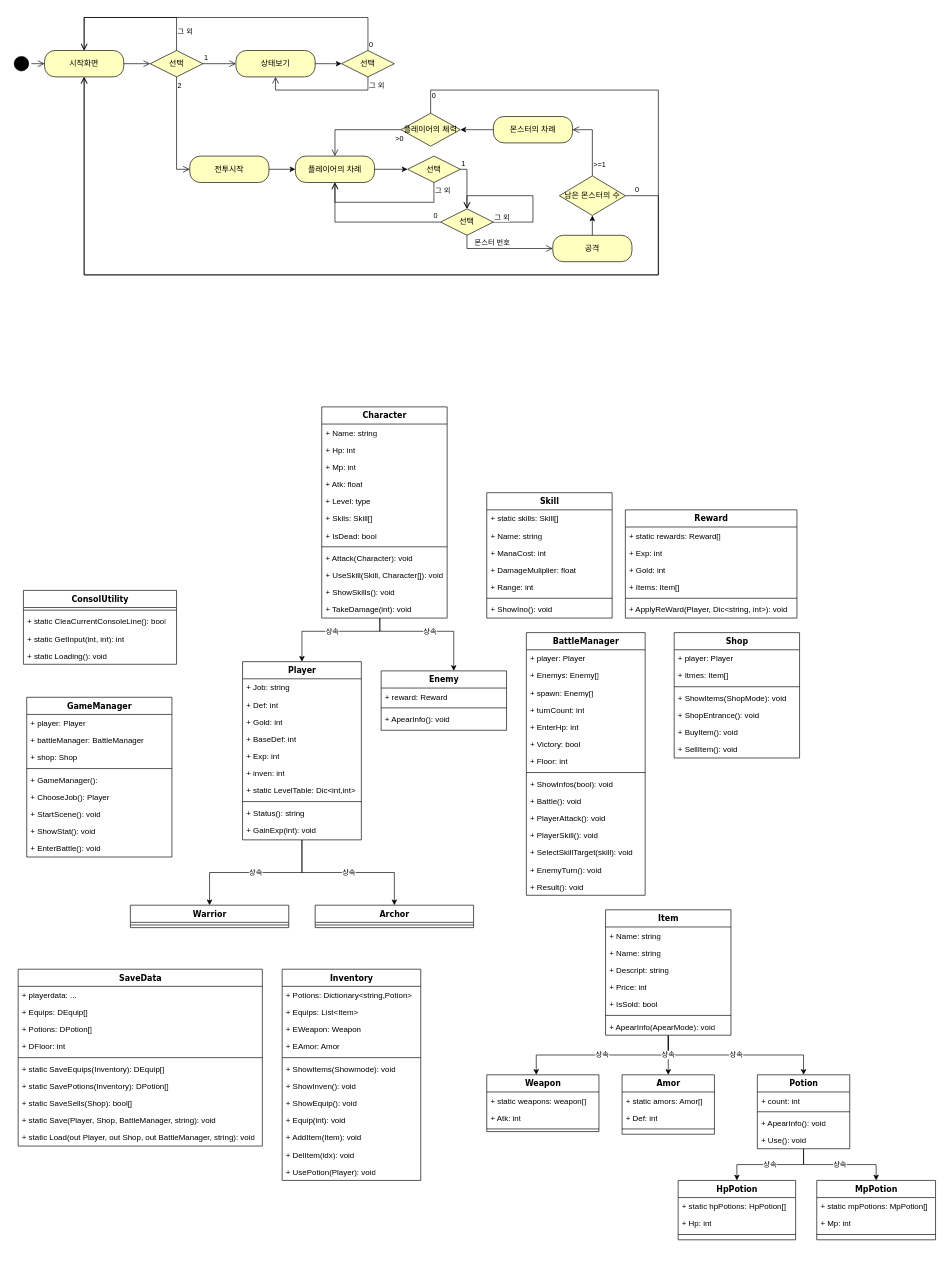
Before: Class.drawio in Kim-giseok/TxtRPG2, a draw.io diagram. Source tidied: cells renumbered, new cells numbered last; positions are measured from the earlier drawing's top-left corner, leaving out a move shared by most shapes. Both pictures are drawn from the tidied source at 66%, with x=0, y=0 at pixel (11, 17).
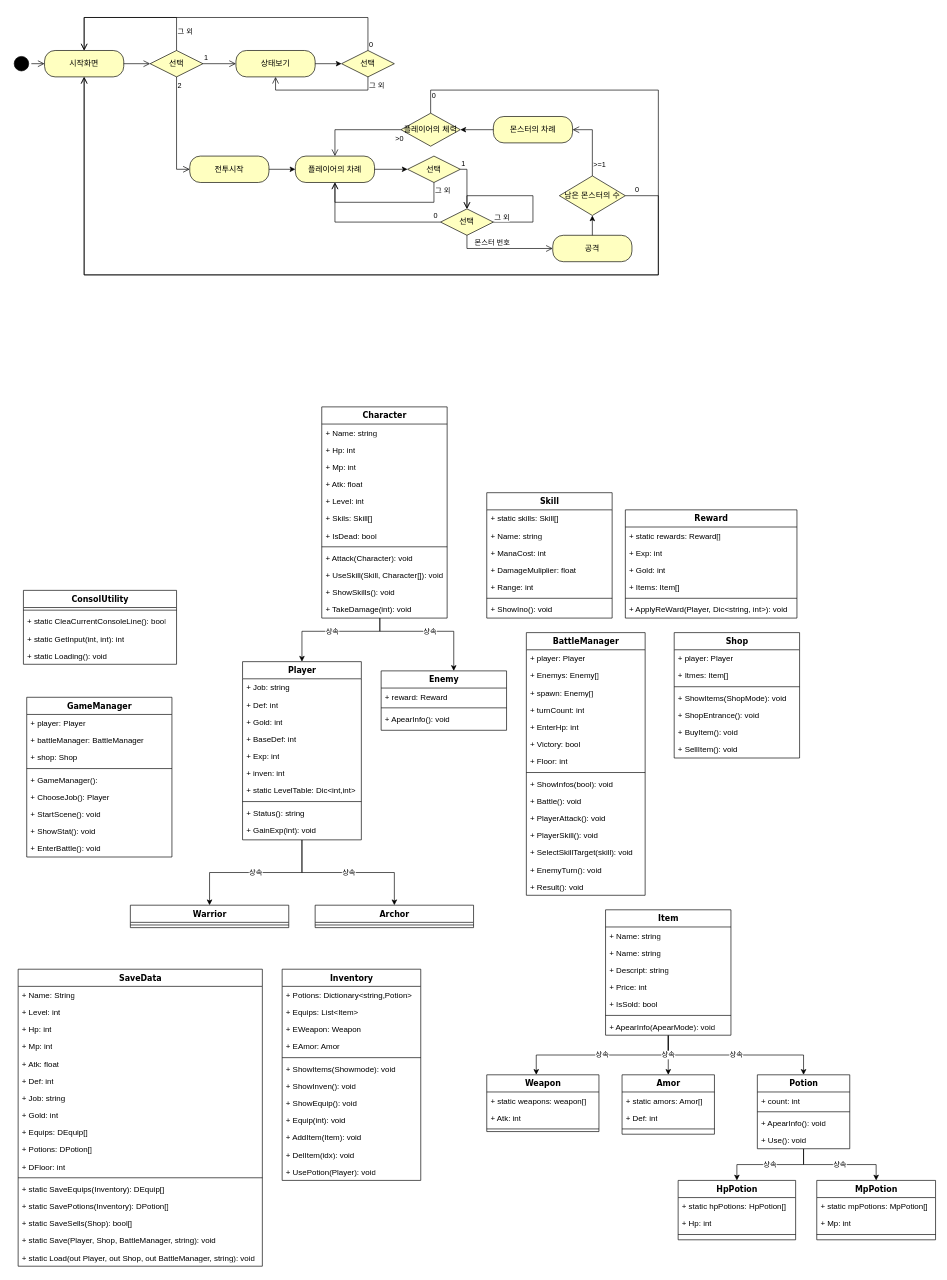
The same diagram, later.

The change refers to these unchanged cells:
```xml
<mxCell id="79" value="Character" style="swimlane;html=1;fontStyle=1;align=center;verticalAlign=top;horizontal=1;startSize=26;swimlaneFillColor=#ffffff;rounded=0;shadow=0;comic=0;labelBackgroundColor=none;strokeWidth=1;fillColor=none;fontFamily=Verdana;fontSize=12;" parent="1" vertex="1">
  <mxGeometry x="470" y="590" width="190" height="320" as="geometry" />
</mxCell>
```

Change to the diagram source:
```diff
@@
-    <mxCell id="84" value="+ Level: type" style="text;html=1;strokeColor=none;fillColor=none;align=left;verticalAlign=top;spacingLeft=4;spacingRight=4;whiteSpace=wrap;overflow=hidden;" parent="79" vertex="1">
+    <mxCell id="84" value="+ Level: int" style="text;html=1;strokeColor=none;fillColor=none;align=left;verticalAlign=top;spacingLeft=4;spacingRight=4;whiteSpace=wrap;overflow=hidden;" parent="79" vertex="1">
       <mxGeometry y="130" width="190" height="26" as="geometry" />
     </mxCell>
@@
     <mxCell id="166" value="SaveData" style="swimlane;html=1;fontStyle=1;align=center;verticalAlign=top;horizontal=1;startSize=26;swimlaneFillColor=#ffffff;rounded=0;shadow=0;comic=0;labelBackgroundColor=none;strokeWidth=1;fillColor=none;fontFamily=Verdana;fontSize=12;" parent="1" vertex="1">
-      <mxGeometry x="10" y="1442" width="370" height="268" as="geometry" />
+      <mxGeometry x="10" y="1442" width="370" height="450" as="geometry" />
     </mxCell>
-    <mxCell id="167" value="+ playerdata: ..." style="text;html=1;strokeColor=none;fillColor=none;align=left;verticalAlign=top;spacingLeft=4;spacingRight=4;whiteSpace=wrap;overflow=hidden;" parent="166" vertex="1">
+    <mxCell id="167" value="+ Name: String" style="text;html=1;strokeColor=none;fillColor=none;align=left;verticalAlign=top;spacingLeft=4;spacingRight=4;whiteSpace=wrap;overflow=hidden;" parent="166" vertex="1">
       <mxGeometry y="26" width="370" height="26" as="geometry" />
     </mxCell>
+    <mxCell id="184" value="+ Level: int" style="text;html=1;strokeColor=none;fillColor=none;align=left;verticalAlign=top;spacingLeft=4;spacingRight=4;whiteSpace=wrap;overflow=hidden;" parent="166" vertex="1">
+      <mxGeometry y="52" width="370" height="26" as="geometry" />
+    </mxCell>
+    <mxCell id="185" value="+ Hp: int" style="text;html=1;strokeColor=none;fillColor=none;align=left;verticalAlign=top;spacingLeft=4;spacingRight=4;whiteSpace=wrap;overflow=hidden;" parent="166" vertex="1">
+      <mxGeometry y="78" width="370" height="26" as="geometry" />
+    </mxCell>
+    <mxCell id="186" value="+ Mp: int" style="text;html=1;strokeColor=none;fillColor=none;align=left;verticalAlign=top;spacingLeft=4;spacingRight=4;whiteSpace=wrap;overflow=hidden;" parent="166" vertex="1">
+      <mxGeometry y="104" width="370" height="26" as="geometry" />
+    </mxCell>
+    <mxCell id="187" value="+ Atk: float" style="text;html=1;strokeColor=none;fillColor=none;align=left;verticalAlign=top;spacingLeft=4;spacingRight=4;whiteSpace=wrap;overflow=hidden;" parent="166" vertex="1">
+      <mxGeometry y="130" width="370" height="26" as="geometry" />
+    </mxCell>
+    <mxCell id="188" value="+ Def: int" style="text;html=1;strokeColor=none;fillColor=none;align=left;verticalAlign=top;spacingLeft=4;spacingRight=4;whiteSpace=wrap;overflow=hidden;" parent="166" vertex="1">
+      <mxGeometry y="156" width="370" height="26" as="geometry" />
+    </mxCell>
+    <mxCell id="189" value="+ Job: string" style="text;html=1;strokeColor=none;fillColor=none;align=left;verticalAlign=top;spacingLeft=4;spacingRight=4;whiteSpace=wrap;overflow=hidden;" parent="166" vertex="1">
+      <mxGeometry y="182" width="370" height="26" as="geometry" />
+    </mxCell>
+    <mxCell id="190" value="+ Gold: int" style="text;html=1;strokeColor=none;fillColor=none;align=left;verticalAlign=top;spacingLeft=4;spacingRight=4;whiteSpace=wrap;overflow=hidden;" parent="166" vertex="1">
+      <mxGeometry y="208" width="370" height="26" as="geometry" />
+    </mxCell>
     <mxCell id="168" value="+ Equips: DEquip[]" style="text;html=1;strokeColor=none;fillColor=none;align=left;verticalAlign=top;spacingLeft=4;spacingRight=4;whiteSpace=wrap;overflow=hidden;" parent="166" vertex="1">
-      <mxGeometry y="52" width="370" height="26" as="geometry" />
+      <mxGeometry y="234" width="370" height="26" as="geometry" />
     </mxCell>
     <mxCell id="169" value="+ Potions: DPotion[]" style="text;html=1;strokeColor=none;fillColor=none;align=left;verticalAlign=top;spacingLeft=4;spacingRight=4;whiteSpace=wrap;overflow=hidden;" parent="166" vertex="1">
-      <mxGeometry y="78" width="370" height="26" as="geometry" />
+      <mxGeometry y="260" width="370" height="26" as="geometry" />
     </mxCell>
     <mxCell id="170" value="+ DFloor: int" style="text;html=1;strokeColor=none;fillColor=none;align=left;verticalAlign=top;spacingLeft=4;spacingRight=4;whiteSpace=wrap;overflow=hidden;" parent="166" vertex="1">
-      <mxGeometry y="104" width="370" height="26" as="geometry" />
+      <mxGeometry y="286" width="370" height="26" as="geometry" />
     </mxCell>
     <mxCell id="171" style="line;html=1;strokeWidth=1;fillColor=none;align=left;verticalAlign=middle;spacingTop=-1;spacingLeft=3;spacingRight=3;labelPosition=right;" parent="166" vertex="1">
-      <mxGeometry y="130" width="370" height="8" as="geometry" />
+      <mxGeometry y="312" width="370" height="8" as="geometry" />
     </mxCell>
     <mxCell id="172" value="+ static SaveEquips(Inventory): DEquip[]" style="text;html=1;strokeColor=none;fillColor=none;align=left;verticalAlign=top;spacingLeft=4;spacingRight=4;whiteSpace=wrap;overflow=hidden;" parent="166" vertex="1">
-      <mxGeometry y="138" width="370" height="26" as="geometry" />
+      <mxGeometry y="320" width="370" height="26" as="geometry" />
     </mxCell>
     <mxCell id="173" value="+ static SavePotions(Inventory): DPotion[]" style="text;html=1;strokeColor=none;fillColor=none;align=left;verticalAlign=top;spacingLeft=4;spacingRight=4;whiteSpace=wrap;overflow=hidden;" parent="166" vertex="1">
-      <mxGeometry y="164" width="370" height="26" as="geometry" />
+      <mxGeometry y="346" width="370" height="26" as="geometry" />
     </mxCell>
     <mxCell id="174" value="+ static SaveSells(Shop): bool[]" style="text;html=1;strokeColor=none;fillColor=none;align=left;verticalAlign=top;spacingLeft=4;spacingRight=4;whiteSpace=wrap;overflow=hidden;" parent="166" vertex="1">
-      <mxGeometry y="190" width="370" height="26" as="geometry" />
+      <mxGeometry y="372" width="370" height="26" as="geometry" />
     </mxCell>
     <mxCell id="175" value="+ static Save(Player, Shop, BattleManager, string): void" style="text;html=1;strokeColor=none;fillColor=none;align=left;verticalAlign=top;spacingLeft=4;spacingRight=4;whiteSpace=wrap;overflow=hidden;" parent="166" vertex="1">
-      <mxGeometry y="216" width="370" height="26" as="geometry" />
+      <mxGeometry y="398" width="370" height="26" as="geometry" />
     </mxCell>
     <mxCell id="176" value="+ static Load(out Player, out Shop, out BattleManager, string): void" style="text;html=1;strokeColor=none;fillColor=none;align=left;verticalAlign=top;spacingLeft=4;spacingRight=4;whiteSpace=wrap;overflow=hidden;" parent="166" vertex="1">
-      <mxGeometry y="242" width="370" height="26" as="geometry" />
+      <mxGeometry y="424" width="370" height="26" as="geometry" />
     </mxCell>
```
